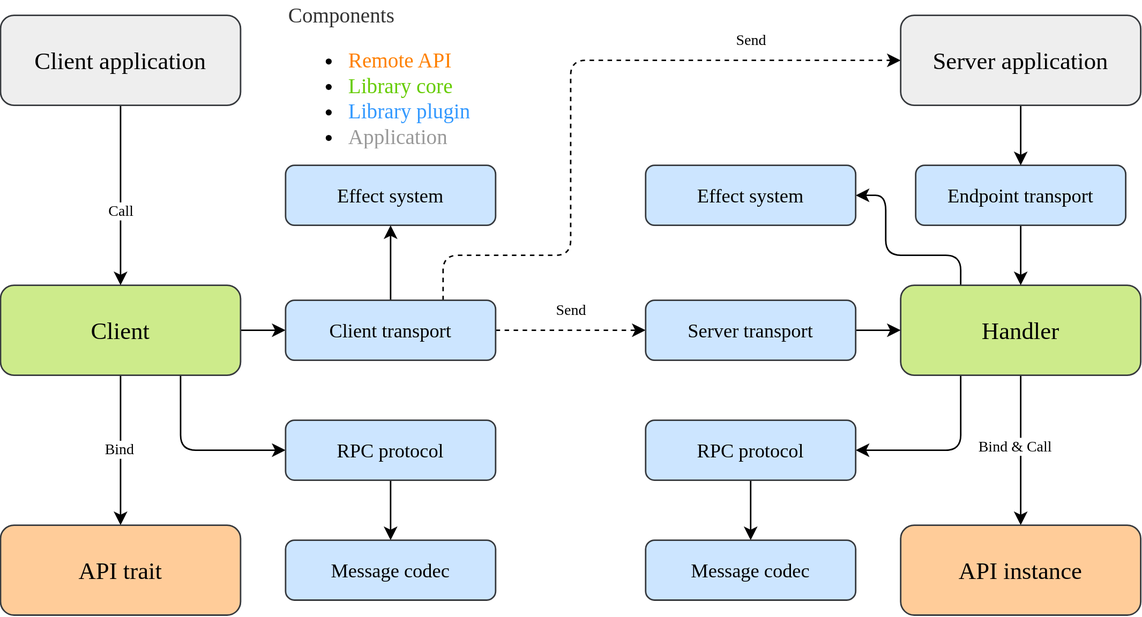
martin-ockajak/automorph keeps this draw.io diagram as doc/images/architecture.svg. Above is the earlier version. Source tidied: cells renumbered, new cells last; positions are measured from the earlier drawing's top-left corner, leaving out a move shared by most shapes.
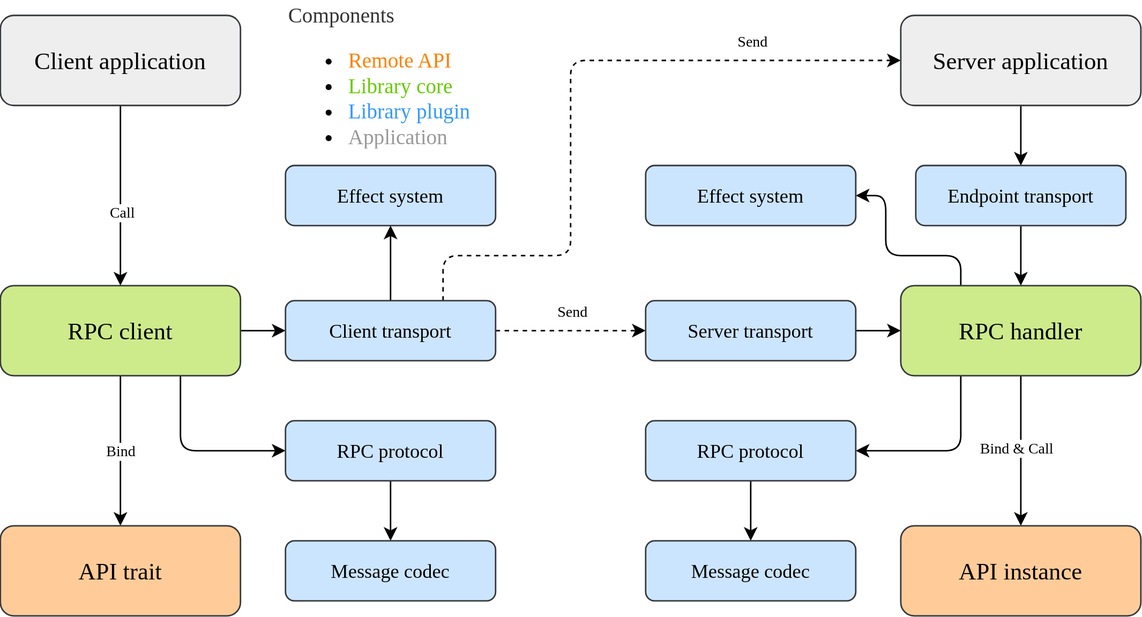
The same file after the commit.

What changed in the source:
```diff
@@ -23,7 +23,7 @@
     <mxCell id="6" style="edgeStyle=orthogonalEdgeStyle;rounded=1;jettySize=auto;html=1;exitX=0.5;exitY=1;exitDx=0;exitDy=0;entryX=0.5;entryY=0;entryDx=0;entryDy=0;fontFamily=Verdana;fontSize=16;strokeColor=#000000;" parent="1" edge="1" source="7" target="22">
       <mxGeometry relative="1" as="geometry" />
     </mxCell>
-    <mxCell id="7" value="&lt;font style=&quot;font-size: 16px;&quot;&gt;Client&lt;/font&gt;" style="rounded=1;whiteSpace=wrap;html=1;fillColor=#cdeb8b;strokeColor=#36393d;fontFamily=Verdana;fontSize=16;" parent="1" vertex="1">
+    <mxCell id="7" value="&lt;font style=&quot;font-size: 16px&quot;&gt;RPC client&lt;/font&gt;" style="rounded=1;whiteSpace=wrap;html=1;fillColor=#cdeb8b;strokeColor=#36393d;fontFamily=Verdana;fontSize=16;" parent="1" vertex="1">
       <mxGeometry y="190" width="160" height="60" as="geometry" />
     </mxCell>
     <mxCell id="8" style="edgeStyle=orthogonalEdgeStyle;rounded=1;jettySize=auto;html=1;exitX=0.5;exitY=1;exitDx=0;exitDy=0;fontFamily=Verdana;fontSize=16;" parent="1" edge="1" source="11" target="23">
@@ -45,7 +45,7 @@
         </Array>
       </mxGeometry>
     </mxCell>
-    <mxCell id="11" value="&lt;font style=&quot;font-size: 16px;&quot;&gt;Handler&lt;/font&gt;" style="rounded=1;whiteSpace=wrap;html=1;fillColor=#cdeb8b;strokeColor=#36393d;fontFamily=Verdana;fontSize=16;" parent="1" vertex="1">
+    <mxCell id="11" value="&lt;font style=&quot;font-size: 16px&quot;&gt;RPC handler&lt;/font&gt;" style="rounded=1;whiteSpace=wrap;html=1;fillColor=#cdeb8b;strokeColor=#36393d;fontFamily=Verdana;fontSize=16;" parent="1" vertex="1">
       <mxGeometry x="600" y="190" width="160" height="60" as="geometry" />
     </mxCell>
     <mxCell id="12" value="&lt;font style=&quot;font-size: 13px;&quot;&gt;Effect system&lt;/font&gt;" style="rounded=1;whiteSpace=wrap;html=1;fillColor=#cce5ff;strokeColor=#36393d;fontFamily=Verdana;fontSize=13;verticalAlign=middle;" parent="1" vertex="1">
```
